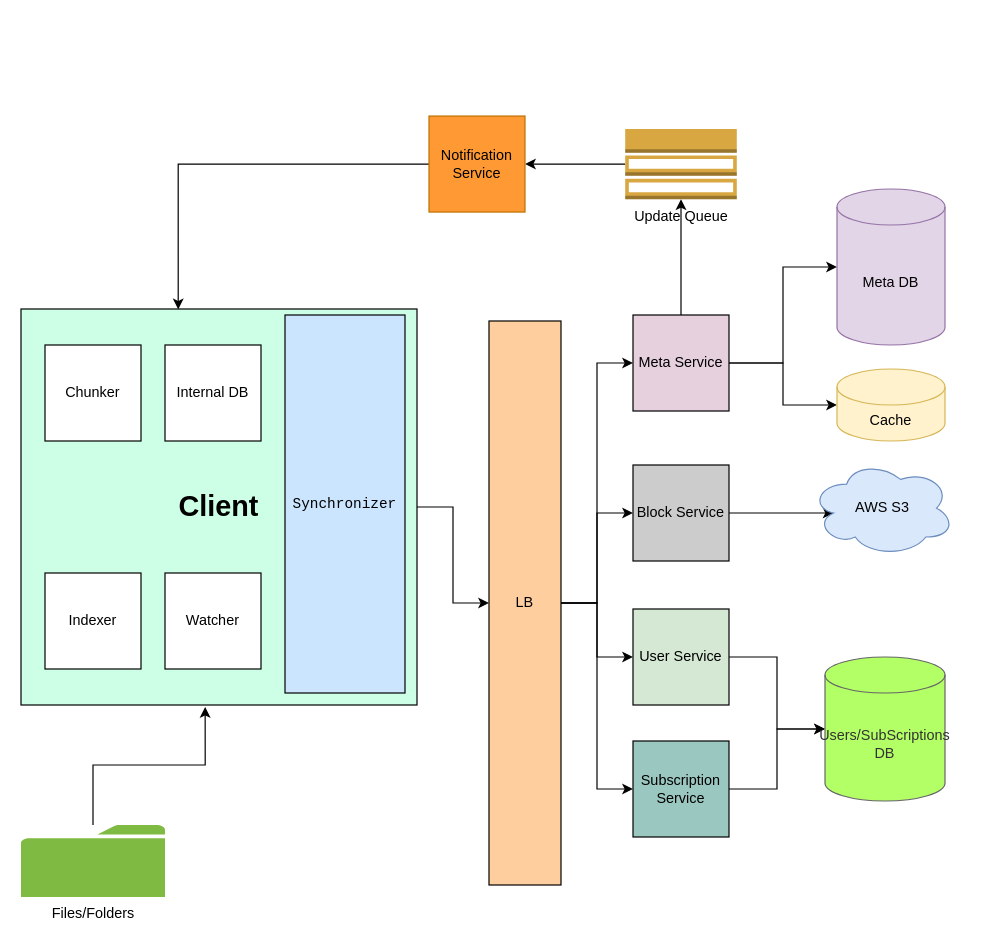
yalankar/yalankar keeps this draw.io diagram as DropboxDiagram.drawio. Above is the earlier version. Source tidied: cells renumbered, new cells numbered last; positions are measured from the earlier drawing's top-left corner, leaving out a move shared by most shapes. Both pictures are drawn from the tidied source at 120%, with x=0, y=0 at pixel (20, 115).
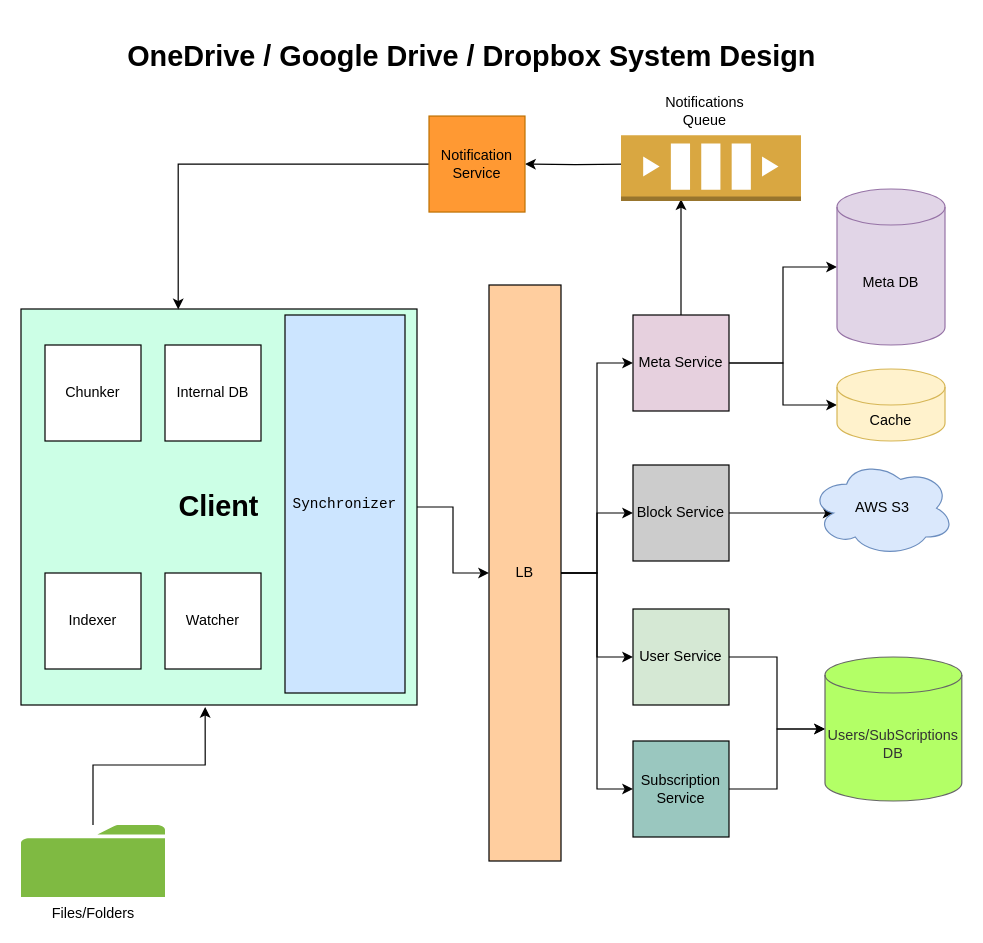
The same page after the edit.

The change refers to these unchanged cells:
```xml
<mxCell id="19" value="Meta Service" style="whiteSpace=wrap;html=1;fillColor=#E6D0DE;" parent="1" vertex="1">
  <mxGeometry x="510" y="166" width="80" height="80" as="geometry" />
</mxCell>
<mxCell id="33" value="Notification Service" style="whiteSpace=wrap;html=1;fillColor=#FF9933;fontColor=#000000;strokeColor=#BD7000;" parent="1" vertex="1">
  <mxGeometry x="340" y="0.2" width="80" height="80" as="geometry" />
</mxCell>
```

The edit, as a diff of the source:
```diff
@@
     <mxCell id="14" value="LB" style="rounded=0;whiteSpace=wrap;html=1;fillColor=#FFCE9F;" parent="1" vertex="1">
-      <mxGeometry x="390" y="171" width="60" height="470" as="geometry" />
+      <mxGeometry x="390" y="141" width="60" height="480" as="geometry" />
     </mxCell>
@@
-    <mxCell id="18" style="edgeStyle=orthogonalEdgeStyle;rounded=0;jettySize=auto;html=1;exitX=0.5;exitY=0;exitDx=0;exitDy=0;entryX=0.5;entryY=1;entryDx=0;entryDy=0;entryPerimeter=0;" parent="1" edge="1" source="19" target="31">
-      <mxGeometry relative="1" as="geometry" />
+    <mxCell id="18" style="edgeStyle=orthogonalEdgeStyle;rounded=0;jettySize=auto;html=1;exitX=0.5;exitY=0;exitDx=0;exitDy=0;entryX=0.5;entryY=1;entryDx=0;entryDy=0;entryPerimeter=0;" parent="1" edge="1" source="19">
+      <mxGeometry relative="1" as="geometry">
+        <mxPoint x="550" y="69.5" as="targetPoint" />
+      </mxGeometry>
     </mxCell>
@@
     <mxCell id="26" value="Users/SubScriptions DB" style="shape=cylinder3;whiteSpace=wrap;html=1;boundedLbl=1;backgroundOutline=1;size=15;fillColor=#B3FF66;fontColor=#333333;strokeColor=#666666;" parent="1" vertex="1">
-      <mxGeometry x="670" y="451" width="100" height="120" as="geometry" />
+      <mxGeometry x="670" y="451" width="114" height="120" as="geometry" />
     </mxCell>
@@
-    <mxCell id="30" style="edgeStyle=orthogonalEdgeStyle;rounded=0;jettySize=auto;html=1;exitX=0;exitY=0.5;exitDx=0;exitDy=0;exitPerimeter=0;" parent="1" edge="1" source="31" target="33">
-      <mxGeometry relative="1" as="geometry" />
+    <mxCell id="30" style="edgeStyle=orthogonalEdgeStyle;rounded=0;jettySize=auto;html=1;exitX=0;exitY=0.5;exitDx=0;exitDy=0;exitPerimeter=0;" parent="1" edge="1" target="33">
+      <mxGeometry relative="1" as="geometry">
+        <mxPoint x="503.5" y="40.2" as="sourcePoint" />
+      </mxGeometry>
     </mxCell>
-    <mxCell id="31" value="Update Queue" style="outlineConnect=0;dashed=0;verticalLabelPosition=bottom;verticalAlign=top;align=center;html=1;shape=mxgraph.aws3.topic_2;fillColor=#D9A741;gradientColor=none;" parent="1" vertex="1">
-      <mxGeometry x="503.5" y="11" width="93" height="58.5" as="geometry" />
-    </mxCell>
@@
+    <mxCell id="34" value="Notifications Queue" style="text;html=1;strokeColor=none;fillColor=none;align=center;verticalAlign=middle;whiteSpace=wrap;rounded=0;" parent="1" vertex="1">
+      <mxGeometry x="530" y="-19" width="80" height="30" as="geometry" />
+    </mxCell>
+    <mxCell id="35" style="dashed=0;verticalLabelPosition=bottom;verticalAlign=top;align=center;html=1;shape=mxgraph.aws3.queue;fillColor=#D9A741;gradientColor=none;" parent="1" vertex="1">
+      <mxGeometry x="500" y="16.2" width="150" height="54.8" as="geometry" />
+    </mxCell>
+    <mxCell id="36" value="&lt;h1&gt;OneDrive / Google Drive / Dropbox System Design&lt;/h1&gt;&lt;p&gt;&lt;br&gt;&lt;/p&gt;" style="text;html=1;strokeColor=none;fillColor=none;spacing=5;spacingTop=-20;whiteSpace=wrap;overflow=hidden;rounded=0;" parent="1" vertex="1">
+      <mxGeometry x="84" y="-69" width="600" height="50" as="geometry" />
+    </mxCell>
```
